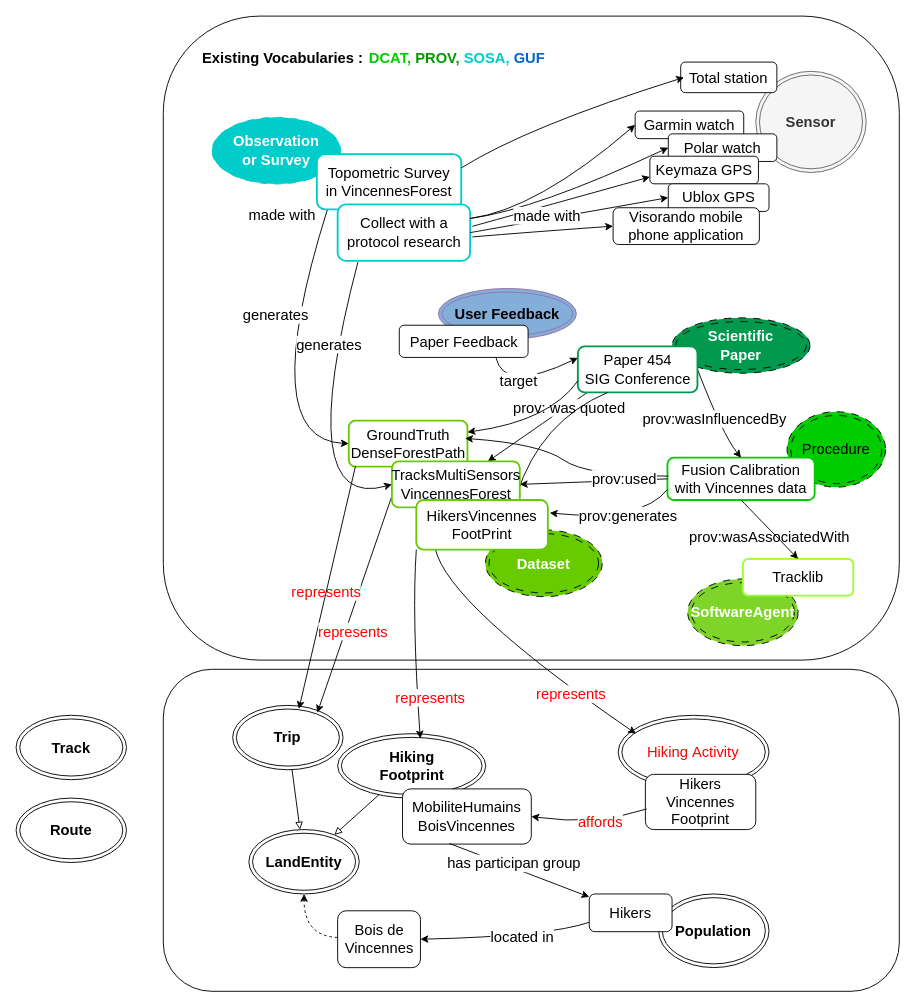
Earlier version of the draw.io diagram page "Schéma 2 article" (3 of 3) of docs/diagrams/model_KG.drawio (IntForOut/outdoorPressure). Source tidied: cells renumbered, new cells numbered last; positions are measured from the earlier drawing's top-left corner, leaving out a move shared by most shapes. Both pictures are drawn from the tidied source at 92%, with x=0, y=0 at pixel (16, 16).
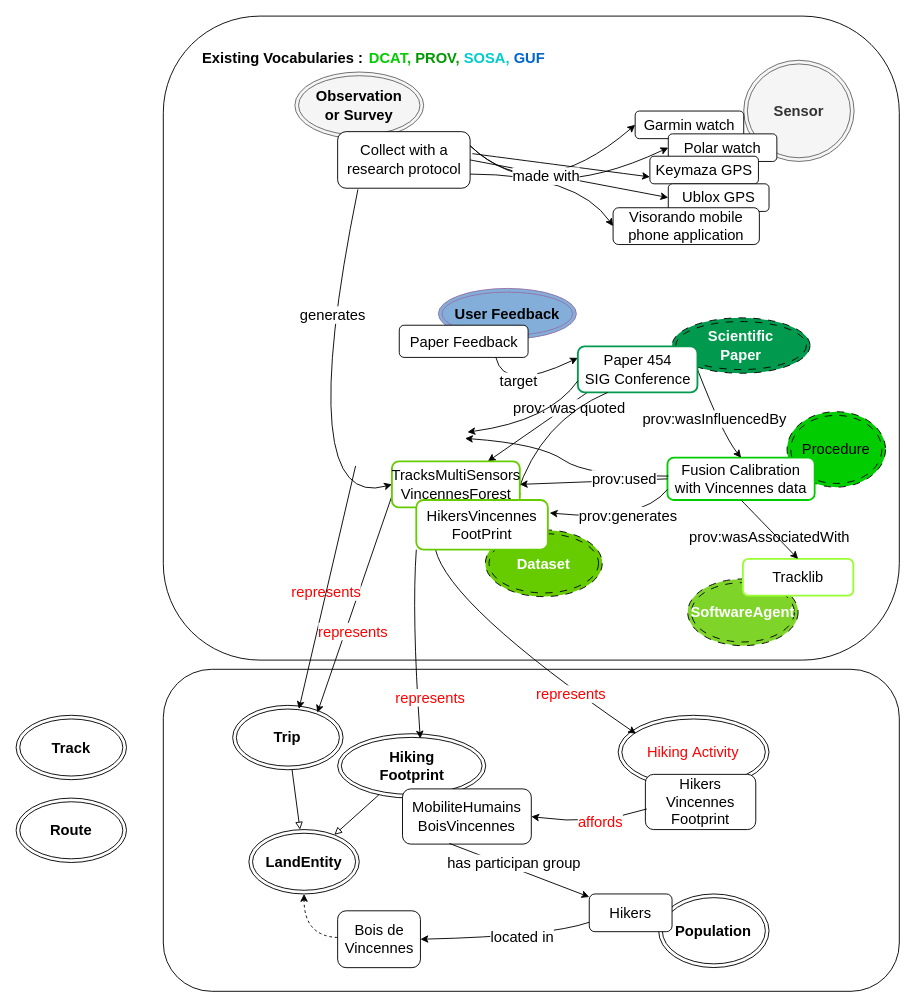
The same page after the edit.

Commit message:
Mettre à jour model_KG.drawio

The change refers to these unchanged cells:
```xml
<mxCell id="40" value="&lt;div&gt;&lt;font&gt;Paper 454&lt;/font&gt;&lt;/div&gt;&lt;div&gt;&lt;font&gt;SIG Conference&lt;/font&gt;&lt;/div&gt;" style="rounded=1;whiteSpace=wrap;html=1;strokeColor=#00994D;strokeWidth=2;fontSize=16;" parent="1" vertex="1">
  <mxGeometry x="610.6" y="359" width="130" height="50" as="geometry" />
</mxCell>
<mxCell id="48" value="&lt;font&gt;Visorando mobile phone application&lt;/font&gt;" style="rounded=1;whiteSpace=wrap;html=1;fontSize=16;" parent="1" vertex="1">
  <mxGeometry x="648.9" y="208.3" width="159" height="40" as="geometry" />
</mxCell>
<mxCell id="61" value="&lt;b&gt;Trip&lt;/b&gt;" style="ellipse;shape=doubleEllipse;whiteSpace=wrap;html=1;fontSize=16;" parent="1" vertex="1">
  <mxGeometry x="235.4" y="749.2" width="120" height="70" as="geometry" />
</mxCell>
```

The edit, as a diff of the source:
```diff
@@
     <mxCell id="4" value="&lt;font&gt;&lt;b&gt;Sensor&lt;/b&gt;&lt;/font&gt;" style="ellipse;shape=doubleEllipse;whiteSpace=wrap;html=1;fontSize=16;fillColor=#f5f5f5;fontColor=#333333;strokeColor=#666666;" parent="1" vertex="1">
-      <mxGeometry x="804" y="60" width="120" height="110" as="geometry" />
+      <mxGeometry x="790.9" y="48" width="120" height="110" as="geometry" />
     </mxCell>
-    <mxCell id="5" value="&lt;font style=&quot;color: rgb(255, 255, 255);&quot;&gt;&lt;b&gt;Observation&lt;br&gt;or Survey&lt;/b&gt;&lt;/font&gt;" style="ellipse;shape=doubleEllipse;whiteSpace=wrap;html=1;fontSize=16;fillColor=#00CCCC;dashed=1;dashPattern=8 8;strokeColor=#00CCCC;" parent="1" vertex="1">
-      <mxGeometry x="212.9" y="110" width="140" height="72.5" as="geometry" />
+    <mxCell id="5" value="&lt;font style=&quot;color: rgb(0, 0, 0);&quot;&gt;&lt;b&gt;Observation&lt;br&gt;or Survey&lt;/b&gt;&lt;/font&gt;" style="ellipse;shape=doubleEllipse;whiteSpace=wrap;html=1;fontSize=16;fillColor=#f5f5f5;strokeColor=#666666;fontColor=#333333;" parent="1" vertex="1">
+      <mxGeometry x="303" y="60.8" width="140" height="72.5" as="geometry" />
     </mxCell>
-    <mxCell id="6" value="&lt;div&gt;&lt;font&gt;Topometric Survey&lt;/font&gt;&lt;/div&gt;&lt;div&gt;&lt;font&gt;in VincennesForest&lt;/font&gt;&lt;/div&gt;" style="rounded=1;whiteSpace=wrap;html=1;strokeColor=#00CCCC;strokeWidth=2;fontSize=16;" parent="1" vertex="1">
-      <mxGeometry x="326.9" y="150" width="157" height="60" as="geometry" />
-    </mxCell>
@@
-    <mxCell id="17" value="&lt;div&gt;&lt;font&gt;GroundTruth&lt;/font&gt;&lt;/div&gt;&lt;div&gt;&lt;font&gt;DenseForestPath&lt;/font&gt;&lt;/div&gt;" style="rounded=1;whiteSpace=wrap;html=1;strokeColor=#66CC00;strokeWidth=2;fontSize=16;" parent="1" vertex="1">
-      <mxGeometry x="361.6" y="439.7" width="129" height="50" as="geometry" />
-    </mxCell>
-    <mxCell id="18" style="endArrow=classic;html=1;rounded=0;exitX=0.072;exitY=1.013;exitDx=0;exitDy=0;entryX=0;entryY=0.5;entryDx=0;entryDy=0;curved=1;fontSize=16;exitPerimeter=0;" parent="1" edge="1" source="6" target="17">
-      <mxGeometry relative="1" as="geometry">
-        <Array as="points">
-          <mxPoint x="260" y="460" />
-        </Array>
-      </mxGeometry>
-    </mxCell>
-    <mxCell id="19" value="&lt;font&gt;generates&lt;/font&gt;" style="edgeLabel;html=1;align=center;verticalAlign=middle;fontSize=16;" parent="18" vertex="1">
-      <mxGeometry x="0.18" y="-1" relative="1" as="geometry">
-        <mxPoint x="8" y="-90" as="offset" />
-      </mxGeometry>
-    </mxCell>
@@
-    <mxCell id="21" value="&lt;font&gt;Collect with a protocol research&lt;/font&gt;" style="rounded=1;whiteSpace=wrap;html=1;strokeWidth=2;strokeColor=#00CCCC;fontSize=16;" parent="1" vertex="1">
-      <mxGeometry x="349.5" y="204.6" width="144" height="61.5" as="geometry" />
+    <mxCell id="21" value="&lt;font&gt;Collect with a research protocol&lt;/font&gt;" style="rounded=1;whiteSpace=wrap;html=1;strokeWidth=1;strokeColor=#000000;fontSize=16;" parent="1" vertex="1">
+      <mxGeometry x="349.5" y="125.6" width="144" height="61.5" as="geometry" />
     </mxCell>
@@
-    <mxCell id="28" style="endArrow=classic;html=1;rounded=0;entryX=0;entryY=0.5;entryDx=0;entryDy=0;curved=1;fontSize=16;" parent="1" edge="1" target="48">
+    <mxCell id="28" style="endArrow=classic;html=1;rounded=0;entryX=0;entryY=0.5;entryDx=0;entryDy=0;curved=1;fontSize=16;exitX=1;exitY=0.75;exitDx=0;exitDy=0;" parent="1" edge="1" source="21" target="48">
       <mxGeometry relative="1" as="geometry">
-        <mxPoint x="496" y="240" as="sourcePoint" />
         <Array as="points">
-          <mxPoint x="556" y="235" />
+          <mxPoint x="610" y="172" />
         </Array>
       </mxGeometry>
     </mxCell>
@@
-    <mxCell id="49" value="&lt;font&gt;Total station&lt;/font&gt;" style="rounded=1;whiteSpace=wrap;html=1;direction=south;fontSize=16;" parent="1" vertex="1">
-      <mxGeometry x="722.4" y="50" width="104.5" height="33.2" as="geometry" />
-    </mxCell>
-    <mxCell id="50" style="endArrow=classic;html=1;rounded=0;exitX=1;exitY=0.25;exitDx=0;exitDy=0;curved=1;fontSize=16;entryX=0.5;entryY=1;entryDx=0;entryDy=0;" parent="1" edge="1" source="6">
-      <mxGeometry relative="1" as="geometry">
-        <mxPoint x="726" y="66.6" as="targetPoint" />
-        <Array as="points">
-          <mxPoint x="556" y="120" />
-        </Array>
-      </mxGeometry>
-    </mxCell>
-    <mxCell id="51" value="&lt;font&gt;made with&lt;/font&gt;" style="edgeLabel;html=1;align=center;verticalAlign=middle;fontSize=16;" parent="1" vertex="1">
-      <mxGeometry x="291.4" y="216" as="geometry">
-        <mxPoint x="-3" y="-1" as="offset" />
-      </mxGeometry>
-    </mxCell>
-    <mxCell id="52" style="endArrow=classic;html=1;rounded=0;entryX=0.98;entryY=0.385;entryDx=0;entryDy=0;entryPerimeter=0;fontSize=16;curved=1;" parent="1" edge="1" target="17">
+    <mxCell id="52" style="endArrow=classic;html=1;rounded=0;entryX=0.98;entryY=0.385;entryDx=0;entryDy=0;entryPerimeter=0;fontSize=16;curved=1;" parent="1" edge="1">
       <mxGeometry relative="1" as="geometry">
         <mxPoint x="709" y="500" as="sourcePoint" />
+        <mxPoint x="488" y="459" as="targetPoint" />
         <Array as="points">
           <mxPoint x="620" y="500" />
           <mxPoint x="570" y="465" />
         </Array>
       </mxGeometry>
     </mxCell>
@@
-    <mxCell id="66" style="endArrow=classic;html=1;rounded=0;exitX=0;exitY=0.75;exitDx=0;exitDy=0;curved=1;entryX=1;entryY=0.25;entryDx=0;entryDy=0;fontSize=16;" parent="1" edge="1" source="40" target="17">
+    <mxCell id="66" style="endArrow=classic;html=1;rounded=0;exitX=0;exitY=0.75;exitDx=0;exitDy=0;curved=1;entryX=1;entryY=0.25;entryDx=0;entryDy=0;fontSize=16;" parent="1" edge="1" source="40">
       <mxGeometry relative="1" as="geometry">
+        <mxPoint x="490.6" y="452.2" as="targetPoint" />
         <Array as="points">
           <mxPoint x="580" y="440" />
         </Array>
       </mxGeometry>
     </mxCell>
@@
-    <mxCell id="76" style="endArrow=classic;html=1;rounded=0;exitX=0.057;exitY=0.985;exitDx=0;exitDy=0;entryX=0.6;entryY=0.057;entryDx=0;entryDy=0;exitPerimeter=0;entryPerimeter=0;fontSize=16;" parent="1" edge="1" source="17" target="61">
-      <mxGeometry relative="1" as="geometry" />
+    <mxCell id="76" style="endArrow=classic;html=1;rounded=0;exitX=0.057;exitY=0.985;exitDx=0;exitDy=0;entryX=0.6;entryY=0.057;entryDx=0;entryDy=0;exitPerimeter=0;entryPerimeter=0;fontSize=16;" parent="1" edge="1" target="61">
+      <mxGeometry relative="1" as="geometry">
+        <mxPoint x="369" y="489" as="sourcePoint" />
+      </mxGeometry>
     </mxCell>
```
